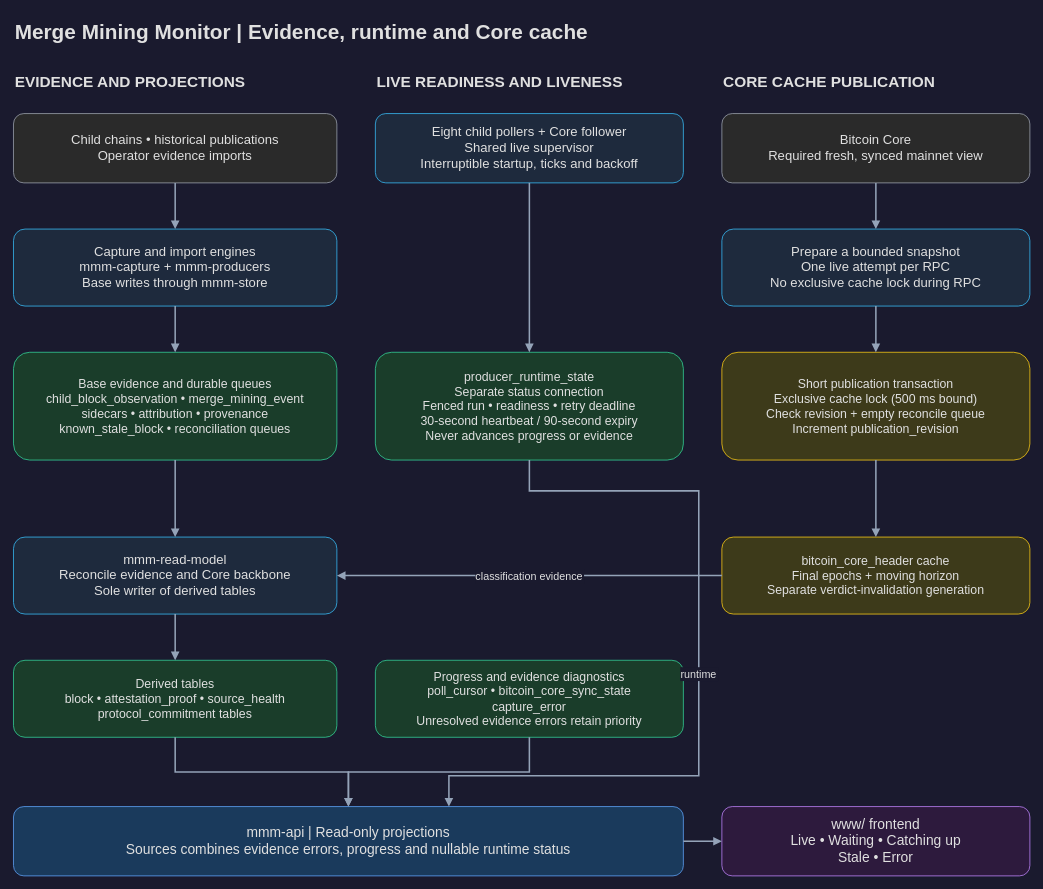
deadmanoz/merge-mining-monitor keeps this draw.io diagram as docs/img/system-data-flow.drawio. Above is the earlier version. Source tidied: cells renumbered, new cells numbered last; positions are measured from the earlier drawing's top-left corner, leaving out a move shared by most shapes. Both pictures are drawn from the tidied source at 77%, with x=0, y=0 at pixel (13, 13).
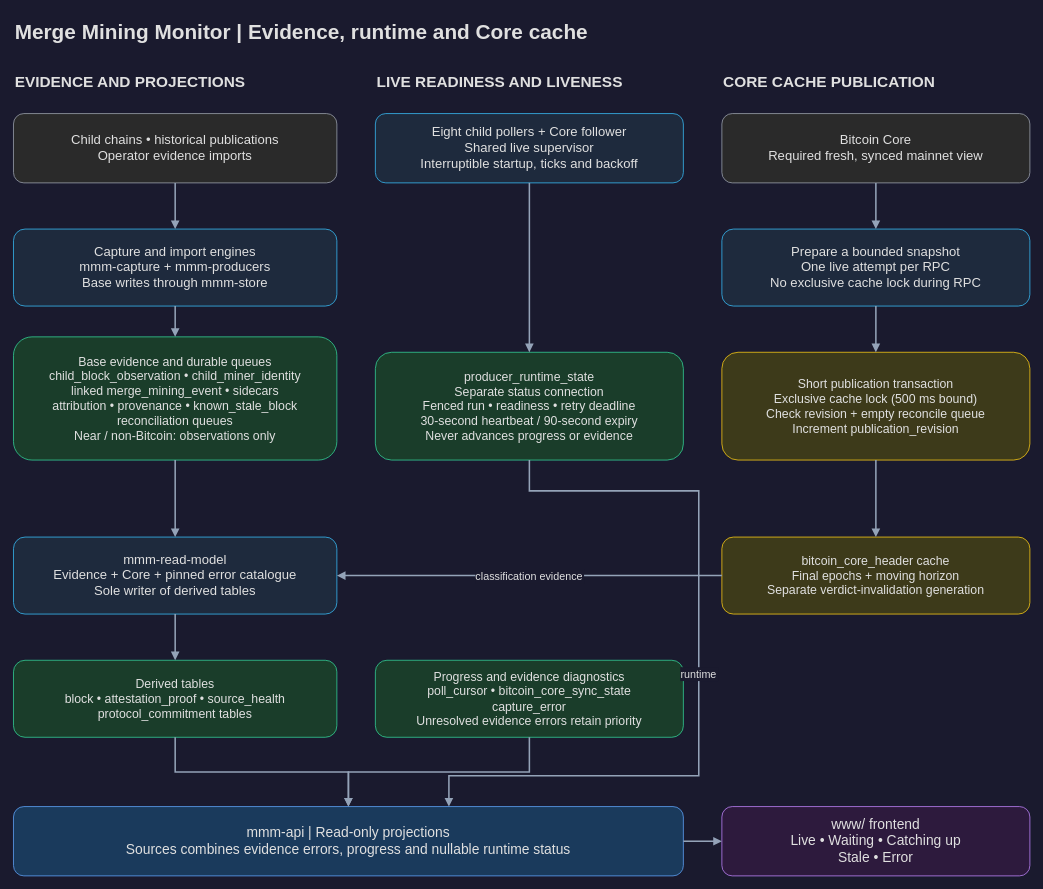
The same page after the edit.

Diff of the diagram source:
```diff
@@
-    <mxCell id="8" value="Base evidence and durable queues&#10;child_block_observation • merge_mining_event&#10;sidecars • attribution • provenance&#10;known_stale_block • reconciliation queues" style="rounded=1;whiteSpace=wrap;html=0;fillColor=#1a3d2a;strokeColor=#34d399;fontColor=#E0E0E0;fontFamily=Helvetica;fontSize=16;spacing=14;" parent="1" vertex="1">
-      <mxGeometry y="440" width="420" height="140" as="geometry" />
+    <mxCell id="8" value="Base evidence and durable queues&#10;child_block_observation • child_miner_identity&#10;linked merge_mining_event • sidecars&#10;attribution • provenance • known_stale_block&#10;reconciliation queues&#10;Near / non-Bitcoin: observations only" style="rounded=1;whiteSpace=wrap;html=0;fillColor=#1a3d2a;strokeColor=#34d399;fontColor=#E0E0E0;fontFamily=Helvetica;fontSize=16;spacing=14;" parent="1" vertex="1">
+      <mxGeometry y="420" width="420" height="160" as="geometry" />
     </mxCell>
-    <mxCell id="9" value="mmm-read-model&#10;Reconcile evidence and Core backbone&#10;Sole writer of derived tables" style="rounded=1;whiteSpace=wrap;html=0;fillColor=#1e2a3d;strokeColor=#38bdf8;fontColor=#E0E0E0;fontFamily=Helvetica;fontSize=17;spacing=14;" parent="1" vertex="1">
+    <mxCell id="9" value="mmm-read-model&#10;Evidence + Core + pinned error catalogue&#10;Sole writer of derived tables" style="rounded=1;whiteSpace=wrap;html=0;fillColor=#1e2a3d;strokeColor=#38bdf8;fontColor=#E0E0E0;fontFamily=Helvetica;fontSize=17;spacing=14;" parent="1" vertex="1">
       <mxGeometry y="680" width="420" height="100" as="geometry" />
     </mxCell>
```
